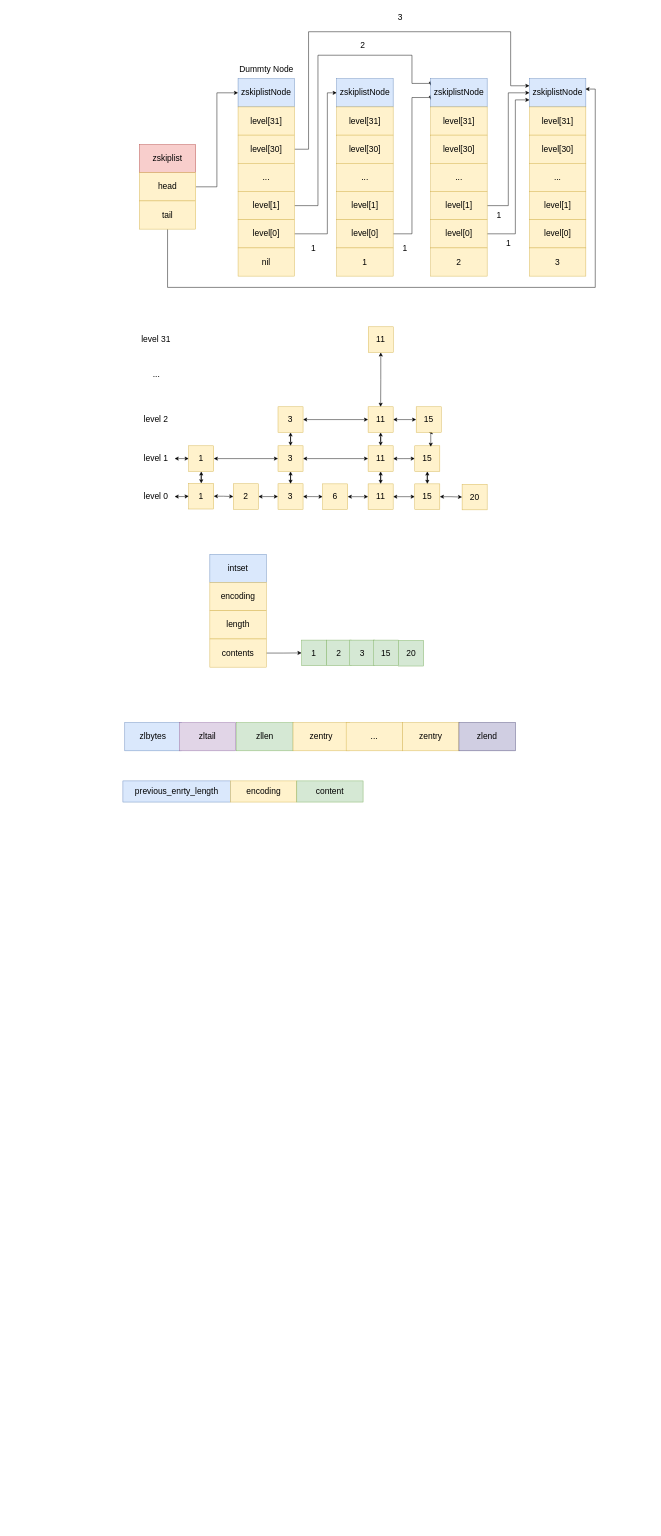
Above: Redis设计与实现.drawio in Rhythm-2019/diagrams (draw.io), before the change. Source tidied: cells renumbered, new cells numbered last; positions are measured from the earlier drawing's top-left corner, leaving out a move shared by most shapes. Both pictures are drawn from the tidied source at 47%, with x=0, y=0 at pixel (123, 8).
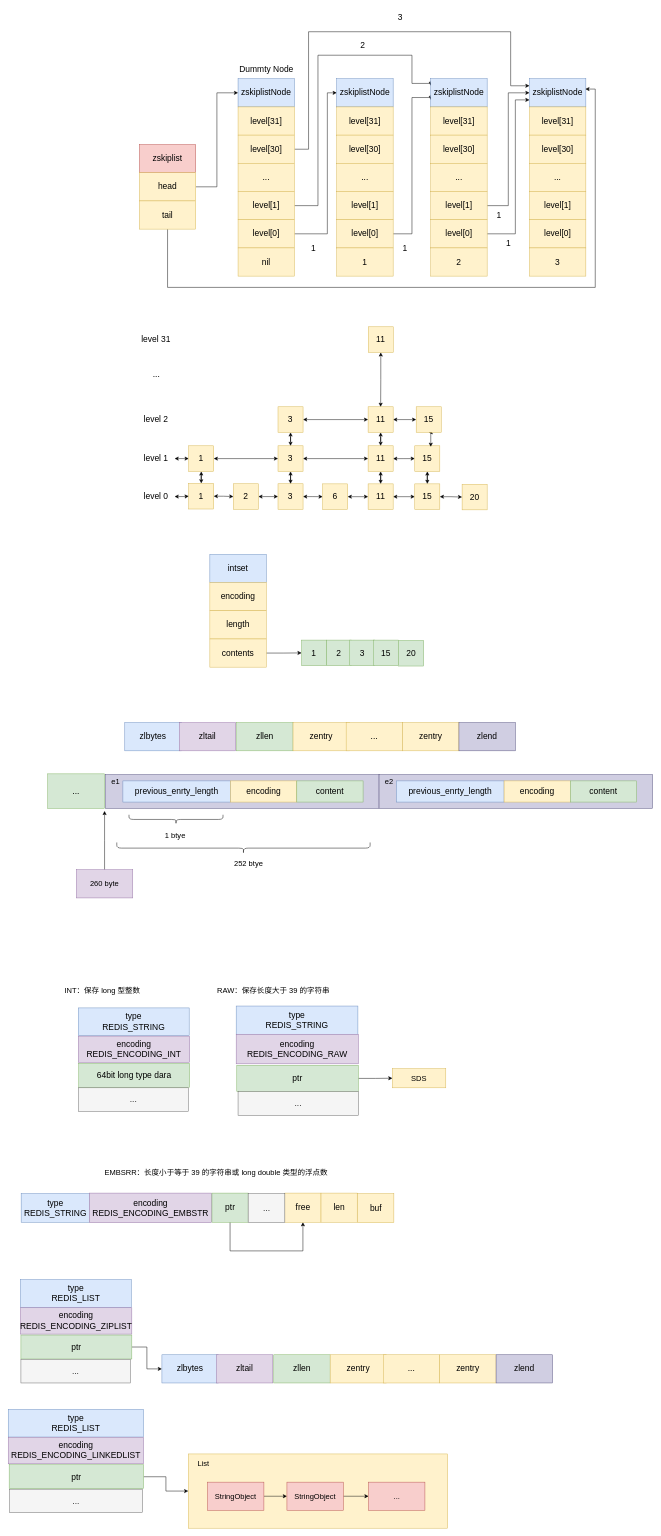
After the change.

Commit message:
字符串对象和列表对象

Diff of the diagram source:
```diff
@@
+    <mxCell id="109" style="rounded=0;whiteSpace=wrap;html=1;fillColor=#d0cee2;strokeColor=#56517e;" parent="1" vertex="1">
+      <mxGeometry x="-37" y="1630.5" width="582" height="72" as="geometry" />
+    </mxCell>
@@
+    <mxCell id="110" value="&lt;font style=&quot;font-size: 16px;&quot;&gt;e1&lt;/font&gt;" style="text;html=1;align=center;verticalAlign=middle;strokeColor=none;fillColor=none;" parent="1" vertex="1">
+      <mxGeometry x="-34" y="1630.5" width="36" height="31" as="geometry" />
+    </mxCell>
+    <mxCell id="111" style="rounded=0;whiteSpace=wrap;html=1;fillColor=#d0cee2;strokeColor=#56517e;" parent="1" vertex="1">
+      <mxGeometry x="545" y="1630.5" width="582" height="72" as="geometry" />
+    </mxCell>
+    <mxCell id="112" value="&lt;span style=&quot;font-size: 18px;&quot;&gt;previous_enrty_length&lt;/span&gt;" style="rounded=0;whiteSpace=wrap;html=1;fillColor=#dae8fc;strokeColor=#6c8ebf;" parent="1" vertex="1">
+      <mxGeometry x="582" y="1644" width="229" height="45" as="geometry" />
+    </mxCell>
+    <mxCell id="113" value="&lt;span style=&quot;font-size: 18px;&quot;&gt;encoding&lt;/span&gt;" style="rounded=0;whiteSpace=wrap;html=1;fillColor=#fff2cc;strokeColor=#d6b656;" parent="1" vertex="1">
+      <mxGeometry x="811" y="1644" width="141" height="45" as="geometry" />
+    </mxCell>
+    <mxCell id="114" value="&lt;span style=&quot;font-size: 18px;&quot;&gt;content&lt;/span&gt;" style="rounded=0;whiteSpace=wrap;html=1;fillColor=#d5e8d4;strokeColor=#82b366;" parent="1" vertex="1">
+      <mxGeometry x="952" y="1644" width="141" height="45" as="geometry" />
+    </mxCell>
+    <mxCell id="115" value="&lt;font style=&quot;font-size: 16px;&quot;&gt;e2&lt;/font&gt;" style="text;html=1;align=center;verticalAlign=middle;strokeColor=none;fillColor=none;" parent="1" vertex="1">
+      <mxGeometry x="548" y="1630.5" width="36" height="31" as="geometry" />
+    </mxCell>
+    <mxCell id="116" value="&lt;font style=&quot;font-size: 18px;&quot;&gt;...&lt;/font&gt;" style="rounded=0;whiteSpace=wrap;html=1;fillColor=#d5e8d4;strokeColor=#82b366;" parent="1" vertex="1">
+      <mxGeometry x="-160" y="1629" width="121" height="73.5" as="geometry" />
+    </mxCell>
+    <mxCell id="117" style="shape=curlyBracket;whiteSpace=wrap;html=1;rounded=1;flipH=1;labelPosition=right;verticalLabelPosition=middle;align=left;verticalAlign=middle;fontSize=16;direction=north;" parent="1" vertex="1">
+      <mxGeometry x="13" y="1716" width="200" height="20" as="geometry" />
+    </mxCell>
+    <mxCell id="118" value="1 btye" style="text;html=1;align=center;verticalAlign=middle;strokeColor=none;fillColor=none;fontSize=16;" parent="1" vertex="1">
+      <mxGeometry x="80" y="1744" width="62" height="31" as="geometry" />
+    </mxCell>
+    <mxCell id="119" style="shape=curlyBracket;whiteSpace=wrap;html=1;rounded=1;flipH=1;labelPosition=right;verticalLabelPosition=middle;align=left;verticalAlign=middle;fontSize=16;direction=north;" parent="1" vertex="1">
+      <mxGeometry x="-13" y="1775" width="539" height="24" as="geometry" />
+    </mxCell>
+    <mxCell id="120" value="252 btye" style="text;html=1;align=center;verticalAlign=middle;strokeColor=none;fillColor=none;fontSize=16;" parent="1" vertex="1">
+      <mxGeometry x="227" y="1804" width="79" height="31" as="geometry" />
+    </mxCell>
+    <mxCell id="121" style="edgeStyle=orthogonalEdgeStyle;rounded=0;jettySize=auto;html=1;fontSize=16;" parent="1" edge="1" source="122">
+      <mxGeometry relative="1" as="geometry">
+        <mxPoint x="-39" y="1708" as="targetPoint" />
+      </mxGeometry>
+    </mxCell>
+    <mxCell id="122" value="260 byte" style="whiteSpace=wrap;html=1;fontSize=16;fillColor=#e1d5e7;strokeColor=#9673a6;" parent="1" vertex="1">
+      <mxGeometry x="-99" y="1833" width="120" height="60" as="geometry" />
+    </mxCell>
+    <mxCell id="123" value="&lt;font style=&quot;font-size: 18px;&quot;&gt;type&lt;br&gt;REDIS_STRING&lt;br&gt;&lt;/font&gt;" style="rounded=0;whiteSpace=wrap;html=1;fillColor=#dae8fc;strokeColor=#6c8ebf;" parent="1" vertex="1">
+      <mxGeometry x="-95" y="2127" width="236" height="59" as="geometry" />
+    </mxCell>
+    <mxCell id="124" value="&lt;font style=&quot;font-size: 18px;&quot;&gt;encoding&lt;br&gt;REDIS_ENCODING_INT&lt;br&gt;&lt;/font&gt;" style="rounded=0;whiteSpace=wrap;html=1;fillColor=#e1d5e7;strokeColor=#9673a6;" parent="1" vertex="1">
+      <mxGeometry x="-95" y="2187" width="237" height="56" as="geometry" />
+    </mxCell>
+    <mxCell id="125" value="&lt;font style=&quot;font-size: 18px;&quot;&gt;64bit long type dara&lt;/font&gt;" style="rounded=0;whiteSpace=wrap;html=1;fillColor=#d5e8d4;strokeColor=#82b366;" parent="1" vertex="1">
+      <mxGeometry x="-94" y="2245" width="236" height="51" as="geometry" />
+    </mxCell>
+    <mxCell id="126" value="INT：保存 long 型整数" style="text;html=1;align=center;verticalAlign=middle;strokeColor=none;fillColor=none;fontSize=16;" parent="1" vertex="1">
+      <mxGeometry x="-134" y="2073" width="179" height="31" as="geometry" />
+    </mxCell>
+    <mxCell id="127" value="&lt;font style=&quot;font-size: 18px;&quot;&gt;type&lt;br&gt;REDIS_STRING&lt;br&gt;&lt;/font&gt;" style="rounded=0;whiteSpace=wrap;html=1;fillColor=#dae8fc;strokeColor=#6c8ebf;" parent="1" vertex="1">
+      <mxGeometry x="241" y="2123" width="259" height="61" as="geometry" />
+    </mxCell>
+    <mxCell id="128" value="&lt;font style=&quot;font-size: 18px;&quot;&gt;encoding&lt;br&gt;REDIS_ENCODING_RAW&lt;br&gt;&lt;/font&gt;" style="rounded=0;whiteSpace=wrap;html=1;fillColor=#e1d5e7;strokeColor=#9673a6;" parent="1" vertex="1">
+      <mxGeometry x="241" y="2183" width="260" height="63" as="geometry" />
+    </mxCell>
+    <mxCell id="129" style="edgeStyle=orthogonalEdgeStyle;rounded=0;jettySize=auto;html=1;fontSize=16;" parent="1" edge="1" source="130" target="132">
+      <mxGeometry relative="1" as="geometry" />
+    </mxCell>
+    <mxCell id="130" value="&lt;font style=&quot;font-size: 18px;&quot;&gt;ptr&lt;/font&gt;" style="rounded=0;whiteSpace=wrap;html=1;fillColor=#d5e8d4;strokeColor=#82b366;" parent="1" vertex="1">
+      <mxGeometry x="242.3" y="2249" width="258.7" height="56" as="geometry" />
+    </mxCell>
+    <mxCell id="131" value="RAW：保存长度大于 39 的字符串" style="text;html=1;align=center;verticalAlign=middle;strokeColor=none;fillColor=none;fontSize=16;" parent="1" vertex="1">
+      <mxGeometry x="191" y="2073" width="257" height="31" as="geometry" />
+    </mxCell>
+    <mxCell id="132" value="SDS" style="whiteSpace=wrap;html=1;fontSize=16;fillColor=#fff2cc;strokeColor=#d6b656;" parent="1" vertex="1">
+      <mxGeometry x="573.3" y="2256.2" width="113.7" height="40.8" as="geometry" />
+    </mxCell>
+    <mxCell id="133" value="&lt;font style=&quot;font-size: 18px;&quot;&gt;type&lt;br&gt;REDIS_STRING&lt;br&gt;&lt;/font&gt;" style="rounded=0;whiteSpace=wrap;html=1;fillColor=#dae8fc;strokeColor=#6c8ebf;" parent="1" vertex="1">
+      <mxGeometry x="-216.5" y="2522" width="145" height="61" as="geometry" />
+    </mxCell>
+    <mxCell id="134" value="&lt;font style=&quot;font-size: 18px;&quot;&gt;encoding&lt;br&gt;REDIS_ENCODING_EMBSTR&lt;br&gt;&lt;/font&gt;" style="rounded=0;whiteSpace=wrap;html=1;fillColor=#e1d5e7;strokeColor=#9673a6;" parent="1" vertex="1">
+      <mxGeometry x="-71.5" y="2521" width="260" height="63" as="geometry" />
+    </mxCell>
+    <mxCell id="135" style="edgeStyle=orthogonalEdgeStyle;rounded=0;jettySize=auto;html=1;entryX=0.5;entryY=1;entryDx=0;entryDy=0;fontSize=16;" parent="1" edge="1" source="136" target="138">
+      <mxGeometry relative="1" as="geometry">
+        <Array as="points">
+          <mxPoint x="227.5" y="2644" />
+          <mxPoint x="382.5" y="2644" />
+        </Array>
+      </mxGeometry>
+    </mxCell>
+    <mxCell id="136" value="&lt;font style=&quot;font-size: 18px;&quot;&gt;ptr&lt;/font&gt;" style="rounded=0;whiteSpace=wrap;html=1;fillColor=#d5e8d4;strokeColor=#82b366;" parent="1" vertex="1">
+      <mxGeometry x="189.5" y="2521" width="77" height="62" as="geometry" />
+    </mxCell>
+    <mxCell id="137" value="EMBSRR：长度小于等于 39 的字符串或 long double 类型的浮点数" style="text;html=1;align=center;verticalAlign=middle;strokeColor=none;fillColor=none;fontSize=16;" parent="1" vertex="1">
+      <mxGeometry x="-48.4" y="2461" width="493" height="31" as="geometry" />
+    </mxCell>
+    <mxCell id="138" value="&lt;span style=&quot;font-size: 18px;&quot;&gt;free&lt;/span&gt;" style="rounded=0;whiteSpace=wrap;html=1;fillColor=#fff2cc;strokeColor=#d6b656;" parent="1" vertex="1">
+      <mxGeometry x="344.5" y="2521" width="77" height="62" as="geometry" />
+    </mxCell>
+    <mxCell id="139" value="&lt;span style=&quot;font-size: 18px;&quot;&gt;len&lt;/span&gt;" style="rounded=0;whiteSpace=wrap;html=1;fillColor=#fff2cc;strokeColor=#d6b656;" parent="1" vertex="1">
+      <mxGeometry x="421.5" y="2521" width="77" height="62" as="geometry" />
+    </mxCell>
+    <mxCell id="140" value="&lt;span style=&quot;font-size: 18px;&quot;&gt;buf&lt;/span&gt;" style="rounded=0;whiteSpace=wrap;html=1;fillColor=#fff2cc;strokeColor=#d6b656;" parent="1" vertex="1">
+      <mxGeometry x="499.5" y="2522" width="77" height="62" as="geometry" />
+    </mxCell>
+    <mxCell id="141" value="&lt;font style=&quot;font-size: 18px;&quot;&gt;...&lt;/font&gt;" style="rounded=0;whiteSpace=wrap;html=1;fillColor=#f5f5f5;strokeColor=#666666;fontColor=#333333;" parent="1" vertex="1">
+      <mxGeometry x="266.5" y="2522" width="78" height="62" as="geometry" />
+    </mxCell>
+    <mxCell id="142" value="&lt;font style=&quot;font-size: 18px;&quot;&gt;...&lt;/font&gt;" style="rounded=0;whiteSpace=wrap;html=1;fillColor=#f5f5f5;strokeColor=#666666;fontColor=#333333;" parent="1" vertex="1">
+      <mxGeometry x="-94" y="2297" width="233" height="50" as="geometry" />
+    </mxCell>
+    <mxCell id="143" value="&lt;font style=&quot;font-size: 18px;&quot;&gt;...&lt;/font&gt;" style="rounded=0;whiteSpace=wrap;html=1;fillColor=#f5f5f5;strokeColor=#666666;fontColor=#333333;" parent="1" vertex="1">
+      <mxGeometry x="245" y="2305" width="256" height="51" as="geometry" />
+    </mxCell>
+    <mxCell id="144" value="&lt;font style=&quot;font-size: 18px;&quot;&gt;type&lt;br&gt;REDIS_LIST&lt;br&gt;&lt;/font&gt;" style="rounded=0;whiteSpace=wrap;html=1;fillColor=#dae8fc;strokeColor=#6c8ebf;" parent="1" vertex="1">
+      <mxGeometry x="-218" y="2705" width="236" height="59" as="geometry" />
+    </mxCell>
+    <mxCell id="145" value="&lt;font style=&quot;font-size: 18px;&quot;&gt;encoding&lt;br&gt;REDIS_ENCODING_ZIPLIST&lt;br&gt;&lt;/font&gt;" style="rounded=0;whiteSpace=wrap;html=1;fillColor=#e1d5e7;strokeColor=#9673a6;" parent="1" vertex="1">
+      <mxGeometry x="-218" y="2765" width="237" height="56" as="geometry" />
+    </mxCell>
+    <mxCell id="146" style="edgeStyle=orthogonalEdgeStyle;rounded=0;jettySize=auto;html=1;entryX=0;entryY=0.5;entryDx=0;entryDy=0;fontSize=16;" parent="1" edge="1" source="147" target="149">
+      <mxGeometry relative="1" as="geometry" />
+    </mxCell>
+    <mxCell id="147" value="&lt;font style=&quot;font-size: 18px;&quot;&gt;ptr&lt;/font&gt;" style="rounded=0;whiteSpace=wrap;html=1;fillColor=#d5e8d4;strokeColor=#82b366;" parent="1" vertex="1">
+      <mxGeometry x="-217" y="2823" width="236" height="51" as="geometry" />
+    </mxCell>
+    <mxCell id="148" value="&lt;font style=&quot;font-size: 18px;&quot;&gt;...&lt;/font&gt;" style="rounded=0;whiteSpace=wrap;html=1;fillColor=#f5f5f5;strokeColor=#666666;fontColor=#333333;" parent="1" vertex="1">
+      <mxGeometry x="-217" y="2875" width="233" height="50" as="geometry" />
+    </mxCell>
+    <mxCell id="149" value="&lt;font style=&quot;font-size: 18px;&quot;&gt;zlbytes&lt;/font&gt;" style="rounded=0;whiteSpace=wrap;html=1;fillColor=#dae8fc;strokeColor=#6c8ebf;" parent="1" vertex="1">
+      <mxGeometry x="83" y="2865" width="120" height="60" as="geometry" />
+    </mxCell>
+    <mxCell id="150" value="&lt;font style=&quot;font-size: 18px;&quot;&gt;zltail&lt;/font&gt;" style="rounded=0;whiteSpace=wrap;html=1;fillColor=#e1d5e7;strokeColor=#9673a6;" parent="1" vertex="1">
+      <mxGeometry x="199" y="2865" width="120" height="60" as="geometry" />
+    </mxCell>
+    <mxCell id="151" value="&lt;font style=&quot;font-size: 18px;&quot;&gt;zllen&lt;/font&gt;" style="rounded=0;whiteSpace=wrap;html=1;fillColor=#d5e8d4;strokeColor=#82b366;" parent="1" vertex="1">
+      <mxGeometry x="321" y="2865" width="120" height="60" as="geometry" />
+    </mxCell>
+    <mxCell id="152" value="&lt;font style=&quot;font-size: 18px;&quot;&gt;zentry&lt;/font&gt;" style="rounded=0;whiteSpace=wrap;html=1;fillColor=#fff2cc;strokeColor=#d6b656;" parent="1" vertex="1">
+      <mxGeometry x="441" y="2865" width="120" height="60" as="geometry" />
+    </mxCell>
+    <mxCell id="153" value="&lt;font style=&quot;font-size: 18px;&quot;&gt;...&lt;/font&gt;" style="rounded=0;whiteSpace=wrap;html=1;fillColor=#fff2cc;strokeColor=#d6b656;" parent="1" vertex="1">
+      <mxGeometry x="554" y="2865" width="120" height="60" as="geometry" />
+    </mxCell>
+    <mxCell id="154" value="&lt;font style=&quot;font-size: 18px;&quot;&gt;zentry&lt;/font&gt;" style="rounded=0;whiteSpace=wrap;html=1;fillColor=#fff2cc;strokeColor=#d6b656;" parent="1" vertex="1">
+      <mxGeometry x="674" y="2865" width="120" height="60" as="geometry" />
+    </mxCell>
+    <mxCell id="155" value="&lt;font style=&quot;font-size: 18px;&quot;&gt;zlend&lt;/font&gt;" style="rounded=0;whiteSpace=wrap;html=1;fillColor=#d0cee2;strokeColor=#56517e;" parent="1" vertex="1">
+      <mxGeometry x="794" y="2865" width="120" height="60" as="geometry" />
+    </mxCell>
+    <mxCell id="156" value="&lt;font style=&quot;font-size: 18px;&quot;&gt;type&lt;br&gt;REDIS_LIST&lt;br&gt;&lt;/font&gt;" style="rounded=0;whiteSpace=wrap;html=1;fillColor=#dae8fc;strokeColor=#6c8ebf;" parent="1" vertex="1">
+      <mxGeometry x="-244" y="2981" width="288" height="59" as="geometry" />
+    </mxCell>
+    <mxCell id="157" value="&lt;font style=&quot;font-size: 18px;&quot;&gt;encoding&lt;br&gt;REDIS_ENCODING_LINKEDLIST&lt;br&gt;&lt;/font&gt;" style="rounded=0;whiteSpace=wrap;html=1;fillColor=#e1d5e7;strokeColor=#9673a6;" parent="1" vertex="1">
+      <mxGeometry x="-244" y="3041" width="288" height="56" as="geometry" />
+    </mxCell>
+    <mxCell id="158" style="edgeStyle=orthogonalEdgeStyle;rounded=0;jettySize=auto;html=1;entryX=0;entryY=0.5;entryDx=0;entryDy=0;fontSize=16;" parent="1" edge="1" source="159" target="161">
+      <mxGeometry relative="1" as="geometry" />
+    </mxCell>
+    <mxCell id="159" value="&lt;font style=&quot;font-size: 18px;&quot;&gt;ptr&lt;/font&gt;" style="rounded=0;whiteSpace=wrap;html=1;fillColor=#d5e8d4;strokeColor=#82b366;" parent="1" vertex="1">
+      <mxGeometry x="-242" y="3099" width="286" height="51" as="geometry" />
+    </mxCell>
+    <mxCell id="160" value="&lt;font style=&quot;font-size: 18px;&quot;&gt;...&lt;/font&gt;" style="rounded=0;whiteSpace=wrap;html=1;fillColor=#f5f5f5;strokeColor=#666666;fontColor=#333333;" parent="1" vertex="1">
+      <mxGeometry x="-241" y="3151" width="283" height="50" as="geometry" />
+    </mxCell>
+    <mxCell id="161" style="rounded=0;whiteSpace=wrap;html=1;fillColor=#fff2cc;strokeColor=#d6b656;" parent="1" vertex="1">
+      <mxGeometry x="139" y="3076" width="552" height="158" as="geometry" />
+    </mxCell>
+    <mxCell id="162" value="List" style="text;html=1;align=center;verticalAlign=middle;strokeColor=none;fillColor=none;fontSize=16;" parent="1" vertex="1">
+      <mxGeometry x="149" y="3081" width="43" height="31" as="geometry" />
+    </mxCell>
+    <mxCell id="163" style="edgeStyle=orthogonalEdgeStyle;rounded=0;jettySize=auto;html=1;fontSize=16;" parent="1" edge="1" source="164" target="166">
+      <mxGeometry relative="1" as="geometry" />
+    </mxCell>
+    <mxCell id="164" value="StringObject" style="whiteSpace=wrap;html=1;fontSize=16;fillColor=#f8cecc;strokeColor=#b85450;" parent="1" vertex="1">
+      <mxGeometry x="180" y="3136" width="120" height="60" as="geometry" />
+    </mxCell>
+    <mxCell id="165" style="edgeStyle=orthogonalEdgeStyle;rounded=0;jettySize=auto;html=1;fontSize=16;" parent="1" edge="1" source="166" target="167">
+      <mxGeometry relative="1" as="geometry" />
+    </mxCell>
+    <mxCell id="166" value="StringObject" style="whiteSpace=wrap;html=1;fontSize=16;fillColor=#f8cecc;strokeColor=#b85450;" parent="1" vertex="1">
+      <mxGeometry x="349" y="3136" width="120" height="60" as="geometry" />
+    </mxCell>
+    <mxCell id="167" value="..." style="whiteSpace=wrap;html=1;fontSize=16;fillColor=#f8cecc;strokeColor=#b85450;" parent="1" vertex="1">
+      <mxGeometry x="522.6" y="3136" width="120" height="60" as="geometry" />
+    </mxCell>
```
